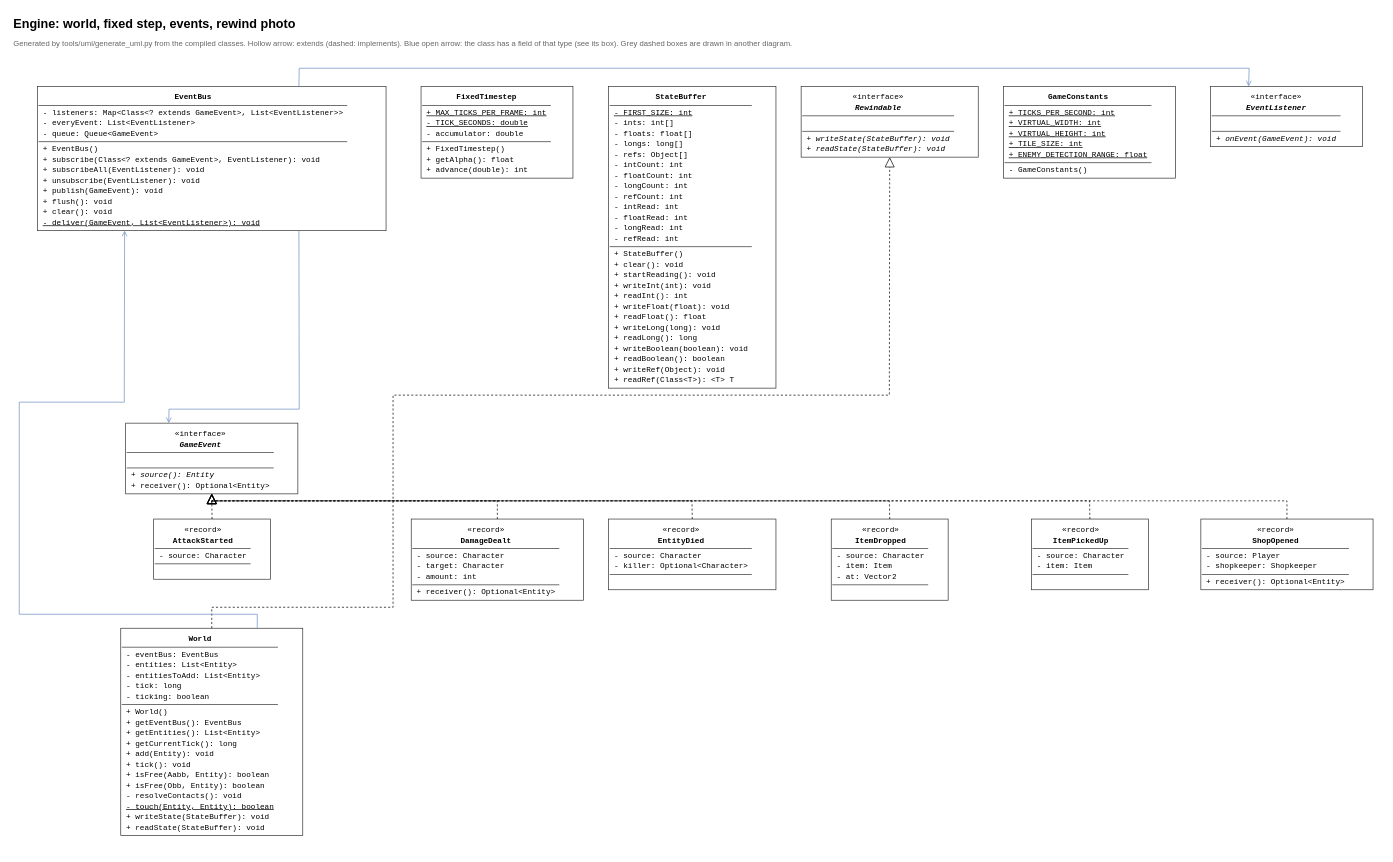
Above: docs/uml/01-engine.drawio in Honyoru/Depth-Diablo (draw.io), before the change. Source tidied: cells renumbered, new cells numbered last; positions are measured from the earlier drawing's top-left corner, leaving out a move shared by most shapes. Both pictures are drawn from the tidied source at 70%, with x=0, y=0 at pixel (12, 12).
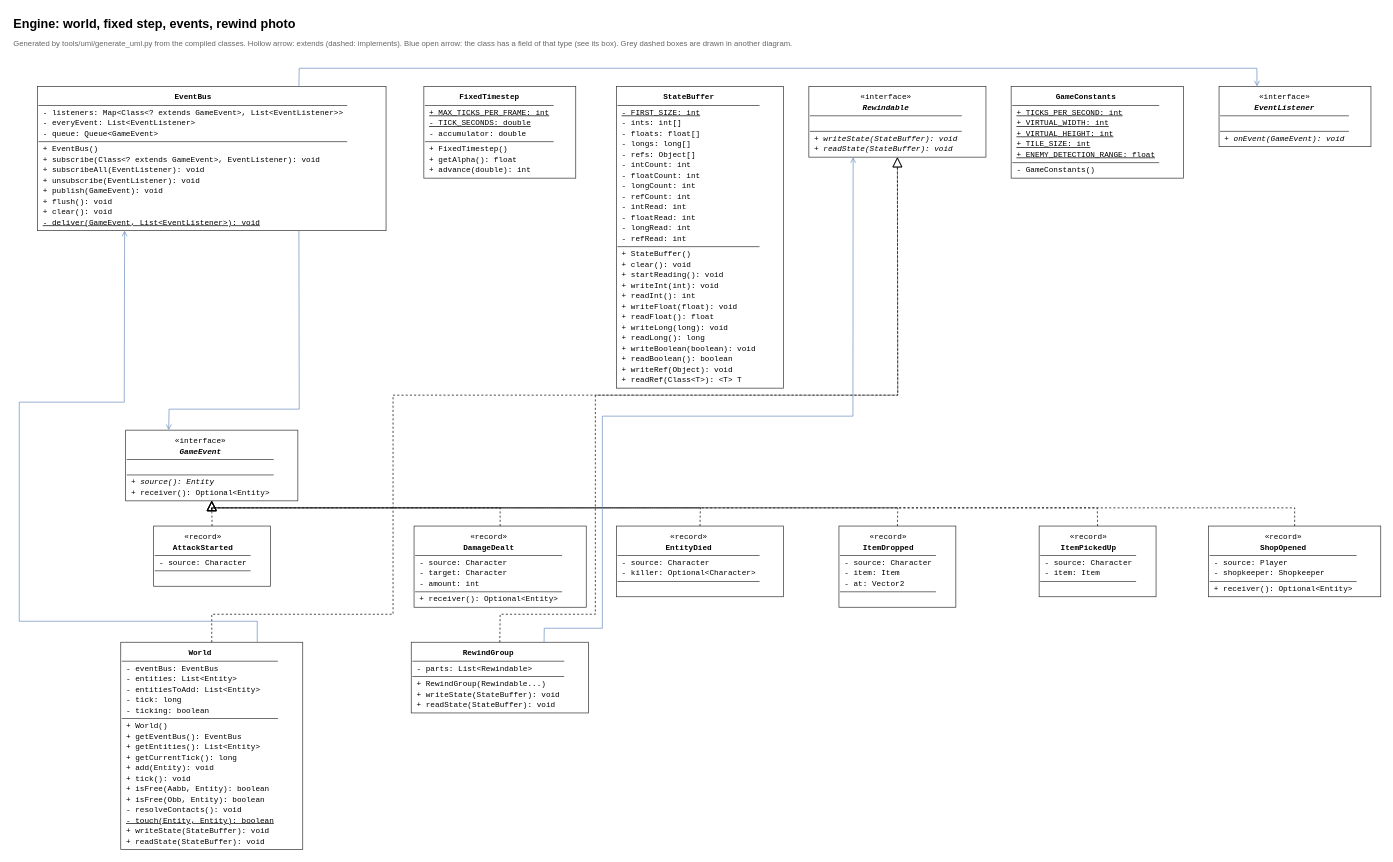
The same diagram, later.

The change refers to these unchanged cells:
```xml
<mxCell id="4" value="&lt;div style='line-height:15px'&gt;&lt;div style='text-align:center'&gt;&lt;b&gt;EventBus&lt;/b&gt;&lt;/div&gt;&lt;div style='border-top:1px solid #333333;margin:3px -6px'&gt;&lt;/div&gt;- listeners: Map&amp;lt;Class&amp;lt;? extends GameEvent&amp;gt;, List&amp;lt;EventListener&amp;gt;&amp;gt;&lt;br&gt;- everyEvent: List&amp;lt;EventListener&amp;gt;&lt;br&gt;- queue: Queue&amp;lt;GameEvent&amp;gt;&lt;div style='border-top:1px solid #333333;margin:3px -6px'&gt;&lt;/div&gt;+ EventBus()&lt;br&gt;+ subscribe(Class&amp;lt;? extends GameEvent&amp;gt;, EventListener): void&lt;br&gt;+ subscribeAll(EventListener): void&lt;br&gt;+ unsubscribe(EventListener): void&lt;br&gt;+ publish(GameEvent): void&lt;br&gt;+ flush(): void&lt;br&gt;+ clear(): void&lt;br&gt;&lt;u&gt;- deliver(GameEvent, List&amp;lt;EventListener&amp;gt;): void&lt;/u&gt;&lt;/div&gt;" style="rounded=0;whiteSpace=wrap;html=1;align=left;verticalAlign=top;spacingLeft=6;spacingTop=2;fontFamily=Courier New;fontSize=11;fillColor=#ffffff;strokeColor=#333333;" parent="1" vertex="1">
  <mxGeometry x="36" y="106" width="498" height="206" as="geometry" />
</mxCell>
```

Diff of the diagram source:
```diff
@@
     <mxCell id="5" value="&lt;div style='line-height:15px'&gt;&lt;div style='text-align:center'&gt;&lt;b&gt;FixedTimestep&lt;/b&gt;&lt;/div&gt;&lt;div style='border-top:1px solid #333333;margin:3px -6px'&gt;&lt;/div&gt;&lt;u&gt;+ MAX_TICKS_PER_FRAME: int&lt;/u&gt;&lt;br&gt;&lt;u&gt;- TICK_SECONDS: double&lt;/u&gt;&lt;br&gt;- accumulator: double&lt;div style='border-top:1px solid #333333;margin:3px -6px'&gt;&lt;/div&gt;+ FixedTimestep()&lt;br&gt;+ getAlpha(): float&lt;br&gt;+ advance(double): int&lt;/div&gt;" style="rounded=0;whiteSpace=wrap;html=1;align=left;verticalAlign=top;spacingLeft=6;spacingTop=2;fontFamily=Courier New;fontSize=11;fillColor=#ffffff;strokeColor=#333333;" parent="1" vertex="1">
-      <mxGeometry x="584" y="106" width="217" height="131" as="geometry" />
+      <mxGeometry x="588" y="106" width="217" height="131" as="geometry" />
     </mxCell>
     <mxCell id="6" value="&lt;div style='line-height:15px'&gt;&lt;div style='text-align:center'&gt;&lt;b&gt;StateBuffer&lt;/b&gt;&lt;/div&gt;&lt;div style='border-top:1px solid #333333;margin:3px -6px'&gt;&lt;/div&gt;&lt;u&gt;- FIRST_SIZE: int&lt;/u&gt;&lt;br&gt;- ints: int[]&lt;br&gt;- floats: float[]&lt;br&gt;- longs: long[]&lt;br&gt;- refs: Object[]&lt;br&gt;- intCount: int&lt;br&gt;- floatCount: int&lt;br&gt;- longCount: int&lt;br&gt;- refCount: int&lt;br&gt;- intRead: int&lt;br&gt;- floatRead: int&lt;br&gt;- longRead: int&lt;br&gt;- refRead: int&lt;div style='border-top:1px solid #333333;margin:3px -6px'&gt;&lt;/div&gt;+ StateBuffer()&lt;br&gt;+ clear(): void&lt;br&gt;+ startReading(): void&lt;br&gt;+ writeInt(int): void&lt;br&gt;+ readInt(): int&lt;br&gt;+ writeFloat(float): void&lt;br&gt;+ readFloat(): float&lt;br&gt;+ writeLong(long): void&lt;br&gt;+ readLong(): long&lt;br&gt;+ writeBoolean(boolean): void&lt;br&gt;+ readBoolean(): boolean&lt;br&gt;+ writeRef(Object): void&lt;br&gt;+ readRef(Class&amp;lt;T&amp;gt;): &amp;lt;T&amp;gt; T&lt;/div&gt;" style="rounded=0;whiteSpace=wrap;html=1;align=left;verticalAlign=top;spacingLeft=6;spacingTop=2;fontFamily=Courier New;fontSize=11;fillColor=#ffffff;strokeColor=#333333;" parent="1" vertex="1">
-      <mxGeometry x="852" y="106" width="239" height="431" as="geometry" />
+      <mxGeometry x="863" y="106" width="239" height="431" as="geometry" />
     </mxCell>
     <mxCell id="7" value="&lt;div style='line-height:15px'&gt;&lt;div style='text-align:center'&gt;«interface»&lt;br&gt;&lt;b&gt;&lt;i&gt;Rewindable&lt;/i&gt;&lt;/b&gt;&lt;/div&gt;&lt;div style='border-top:1px solid #333333;margin:3px -6px'&gt;&lt;/div&gt;&amp;nbsp;&lt;div style='border-top:1px solid #333333;margin:3px -6px'&gt;&lt;/div&gt;&lt;i&gt;+ writeState(StateBuffer): void&lt;/i&gt;&lt;br&gt;&lt;i&gt;+ readState(StateBuffer): void&lt;/i&gt;&lt;/div&gt;" style="rounded=0;whiteSpace=wrap;html=1;align=left;verticalAlign=top;spacingLeft=6;spacingTop=2;fontFamily=Courier New;fontSize=11;fillColor=#ffffff;strokeColor=#333333;" parent="1" vertex="1">
-      <mxGeometry x="1127" y="106" width="253" height="101" as="geometry" />
+      <mxGeometry x="1138" y="106" width="253" height="101" as="geometry" />
     </mxCell>
-    <mxCell id="8" value="&lt;div style='line-height:15px'&gt;&lt;div style='text-align:center'&gt;&lt;b&gt;GameConstants&lt;/b&gt;&lt;/div&gt;&lt;div style='border-top:1px solid #333333;margin:3px -6px'&gt;&lt;/div&gt;&lt;u&gt;+ TICKS_PER_SECOND: int&lt;/u&gt;&lt;br&gt;&lt;u&gt;+ VIRTUAL_WIDTH: int&lt;/u&gt;&lt;br&gt;&lt;u&gt;+ VIRTUAL_HEIGHT: int&lt;/u&gt;&lt;br&gt;&lt;u&gt;+ TILE_SIZE: int&lt;/u&gt;&lt;br&gt;&lt;u&gt;+ ENEMY_DETECTION_RANGE: float&lt;/u&gt;&lt;div style='border-top:1px solid #333333;margin:3px -6px'&gt;&lt;/div&gt;- GameConstants()&lt;/div&gt;" style="rounded=0;whiteSpace=wrap;html=1;align=left;verticalAlign=top;spacingLeft=6;spacingTop=2;fontFamily=Courier New;fontSize=11;fillColor=#ffffff;strokeColor=#333333;" parent="1" vertex="1">
-      <mxGeometry x="1416" y="106" width="246" height="131" as="geometry" />
-    </mxCell>
+    <mxCell id="28" value="&lt;div style='line-height:15px'&gt;&lt;div style='text-align:center'&gt;&lt;b&gt;GameConstants&lt;/b&gt;&lt;/div&gt;&lt;div style='border-top:1px solid #333333;margin:3px -6px'&gt;&lt;/div&gt;&lt;u&gt;+ TICKS_PER_SECOND: int&lt;/u&gt;&lt;br&gt;&lt;u&gt;+ VIRTUAL_WIDTH: int&lt;/u&gt;&lt;br&gt;&lt;u&gt;+ VIRTUAL_HEIGHT: int&lt;/u&gt;&lt;br&gt;&lt;u&gt;+ TILE_SIZE: int&lt;/u&gt;&lt;br&gt;&lt;u&gt;+ ENEMY_DETECTION_RANGE: float&lt;/u&gt;&lt;div style='border-top:1px solid #333333;margin:3px -6px'&gt;&lt;/div&gt;- GameConstants()&lt;/div&gt;" style="rounded=0;whiteSpace=wrap;html=1;align=left;verticalAlign=top;spacingLeft=6;spacingTop=2;fontFamily=Courier New;fontSize=11;fillColor=#ffffff;strokeColor=#333333;" parent="1" vertex="1">
+      <mxGeometry x="1427" y="106" width="246" height="131" as="geometry" />
+    </mxCell>
     <mxCell id="9" value="&lt;div style='line-height:15px'&gt;&lt;div style='text-align:center'&gt;«interface»&lt;br&gt;&lt;b&gt;&lt;i&gt;EventListener&lt;/i&gt;&lt;/b&gt;&lt;/div&gt;&lt;div style='border-top:1px solid #333333;margin:3px -6px'&gt;&lt;/div&gt;&amp;nbsp;&lt;div style='border-top:1px solid #333333;margin:3px -6px'&gt;&lt;/div&gt;&lt;i&gt;+ onEvent(GameEvent): void&lt;/i&gt;&lt;/div&gt;" style="rounded=0;whiteSpace=wrap;html=1;align=left;verticalAlign=top;spacingLeft=6;spacingTop=2;fontFamily=Courier New;fontSize=11;fillColor=#ffffff;strokeColor=#333333;" parent="1" vertex="1">
-      <mxGeometry x="1712" y="106" width="217" height="86" as="geometry" />
+      <mxGeometry x="1724" y="106" width="217" height="86" as="geometry" />
     </mxCell>
     <mxCell id="10" value="&lt;div style='line-height:15px'&gt;&lt;div style='text-align:center'&gt;«interface»&lt;br&gt;&lt;b&gt;&lt;i&gt;GameEvent&lt;/i&gt;&lt;/b&gt;&lt;/div&gt;&lt;div style='border-top:1px solid #333333;margin:3px -6px'&gt;&lt;/div&gt;&amp;nbsp;&lt;div style='border-top:1px solid #333333;margin:3px -6px'&gt;&lt;/div&gt;&lt;i&gt;+ source(): Entity&lt;/i&gt;&lt;br&gt;+ receiver(): Optional&amp;lt;Entity&amp;gt;&lt;/div&gt;" style="rounded=0;whiteSpace=wrap;html=1;align=left;verticalAlign=top;spacingLeft=6;spacingTop=2;fontFamily=Courier New;fontSize=11;fillColor=#ffffff;strokeColor=#333333;" parent="1" vertex="1">
-      <mxGeometry x="162" y="587" width="246" height="101" as="geometry" />
+      <mxGeometry x="162" y="597" width="246" height="101" as="geometry" />
     </mxCell>
     <mxCell id="11" value="&lt;div style='line-height:15px'&gt;&lt;div style='text-align:center'&gt;«record»&lt;br&gt;&lt;b&gt;AttackStarted&lt;/b&gt;&lt;/div&gt;&lt;div style='border-top:1px solid #333333;margin:3px -6px'&gt;&lt;/div&gt;- source: Character&lt;div style='border-top:1px solid #333333;margin:3px -6px'&gt;&lt;/div&gt;&amp;nbsp;&lt;/div&gt;" style="rounded=0;whiteSpace=wrap;html=1;align=left;verticalAlign=top;spacingLeft=6;spacingTop=2;fontFamily=Courier New;fontSize=11;fillColor=#ffffff;strokeColor=#333333;" parent="1" vertex="1">
-      <mxGeometry x="202" y="724" width="167" height="86" as="geometry" />
+      <mxGeometry x="202" y="734" width="167" height="86" as="geometry" />
     </mxCell>
     <mxCell id="12" value="&lt;div style='line-height:15px'&gt;&lt;div style='text-align:center'&gt;«record»&lt;br&gt;&lt;b&gt;DamageDealt&lt;/b&gt;&lt;/div&gt;&lt;div style='border-top:1px solid #333333;margin:3px -6px'&gt;&lt;/div&gt;- source: Character&lt;br&gt;- target: Character&lt;br&gt;- amount: int&lt;div style='border-top:1px solid #333333;margin:3px -6px'&gt;&lt;/div&gt;+ receiver(): Optional&amp;lt;Entity&amp;gt;&lt;/div&gt;" style="rounded=0;whiteSpace=wrap;html=1;align=left;verticalAlign=top;spacingLeft=6;spacingTop=2;fontFamily=Courier New;fontSize=11;fillColor=#ffffff;strokeColor=#333333;" parent="1" vertex="1">
-      <mxGeometry x="570" y="724" width="246" height="116" as="geometry" />
+      <mxGeometry x="574" y="734" width="246" height="116" as="geometry" />
     </mxCell>
     <mxCell id="13" value="&lt;div style='line-height:15px'&gt;&lt;div style='text-align:center'&gt;«record»&lt;br&gt;&lt;b&gt;EntityDied&lt;/b&gt;&lt;/div&gt;&lt;div style='border-top:1px solid #333333;margin:3px -6px'&gt;&lt;/div&gt;- source: Character&lt;br&gt;- killer: Optional&amp;lt;Character&amp;gt;&lt;div style='border-top:1px solid #333333;margin:3px -6px'&gt;&lt;/div&gt;&amp;nbsp;&lt;/div&gt;" style="rounded=0;whiteSpace=wrap;html=1;align=left;verticalAlign=top;spacingLeft=6;spacingTop=2;fontFamily=Courier New;fontSize=11;fillColor=#ffffff;strokeColor=#333333;" parent="1" vertex="1">
-      <mxGeometry x="852" y="724" width="239" height="101" as="geometry" />
+      <mxGeometry x="863" y="734" width="239" height="101" as="geometry" />
     </mxCell>
     <mxCell id="14" value="&lt;div style='line-height:15px'&gt;&lt;div style='text-align:center'&gt;«record»&lt;br&gt;&lt;b&gt;ItemDropped&lt;/b&gt;&lt;/div&gt;&lt;div style='border-top:1px solid #333333;margin:3px -6px'&gt;&lt;/div&gt;- source: Character&lt;br&gt;- item: Item&lt;br&gt;- at: Vector2&lt;div style='border-top:1px solid #333333;margin:3px -6px'&gt;&lt;/div&gt;&amp;nbsp;&lt;/div&gt;" style="rounded=0;whiteSpace=wrap;html=1;align=left;verticalAlign=top;spacingLeft=6;spacingTop=2;fontFamily=Courier New;fontSize=11;fillColor=#ffffff;strokeColor=#333333;" parent="1" vertex="1">
-      <mxGeometry x="1170" y="724" width="167" height="116" as="geometry" />
+      <mxGeometry x="1181" y="734" width="167" height="116" as="geometry" />
     </mxCell>
     <mxCell id="15" value="&lt;div style='line-height:15px'&gt;&lt;div style='text-align:center'&gt;«record»&lt;br&gt;&lt;b&gt;ItemPickedUp&lt;/b&gt;&lt;/div&gt;&lt;div style='border-top:1px solid #333333;margin:3px -6px'&gt;&lt;/div&gt;- source: Character&lt;br&gt;- item: Item&lt;div style='border-top:1px solid #333333;margin:3px -6px'&gt;&lt;/div&gt;&amp;nbsp;&lt;/div&gt;" style="rounded=0;whiteSpace=wrap;html=1;align=left;verticalAlign=top;spacingLeft=6;spacingTop=2;fontFamily=Courier New;fontSize=11;fillColor=#ffffff;strokeColor=#333333;" parent="1" vertex="1">
-      <mxGeometry x="1456" y="724" width="167" height="101" as="geometry" />
+      <mxGeometry x="1467" y="734" width="167" height="101" as="geometry" />
     </mxCell>
     <mxCell id="16" value="&lt;div style='line-height:15px'&gt;&lt;div style='text-align:center'&gt;«record»&lt;br&gt;&lt;b&gt;ShopOpened&lt;/b&gt;&lt;/div&gt;&lt;div style='border-top:1px solid #333333;margin:3px -6px'&gt;&lt;/div&gt;- source: Player&lt;br&gt;- shopkeeper: Shopkeeper&lt;div style='border-top:1px solid #333333;margin:3px -6px'&gt;&lt;/div&gt;+ receiver(): Optional&amp;lt;Entity&amp;gt;&lt;/div&gt;" style="rounded=0;whiteSpace=wrap;html=1;align=left;verticalAlign=top;spacingLeft=6;spacingTop=2;fontFamily=Courier New;fontSize=11;fillColor=#ffffff;strokeColor=#333333;" parent="1" vertex="1">
-      <mxGeometry x="1698" y="724" width="246" height="101" as="geometry" />
+      <mxGeometry x="1709" y="734" width="246" height="101" as="geometry" />
     </mxCell>
     <mxCell id="17" value="&lt;div style='line-height:15px'&gt;&lt;div style='text-align:center'&gt;&lt;b&gt;World&lt;/b&gt;&lt;/div&gt;&lt;div style='border-top:1px solid #333333;margin:3px -6px'&gt;&lt;/div&gt;- eventBus: EventBus&lt;br&gt;- entities: List&amp;lt;Entity&amp;gt;&lt;br&gt;- entitiesToAdd: List&amp;lt;Entity&amp;gt;&lt;br&gt;- tick: long&lt;br&gt;- ticking: boolean&lt;div style='border-top:1px solid #333333;margin:3px -6px'&gt;&lt;/div&gt;+ World()&lt;br&gt;+ getEventBus(): EventBus&lt;br&gt;+ getEntities(): List&amp;lt;Entity&amp;gt;&lt;br&gt;+ getCurrentTick(): long&lt;br&gt;+ add(Entity): void&lt;br&gt;+ tick(): void&lt;br&gt;+ isFree(Aabb, Entity): boolean&lt;br&gt;+ isFree(Obb, Entity): boolean&lt;br&gt;- resolveContacts(): void&lt;br&gt;&lt;u&gt;- touch(Entity, Entity): boolean&lt;/u&gt;&lt;br&gt;+ writeState(StateBuffer): void&lt;br&gt;+ readState(StateBuffer): void&lt;/div&gt;" style="rounded=0;whiteSpace=wrap;html=1;align=left;verticalAlign=top;spacingLeft=6;spacingTop=2;fontFamily=Courier New;fontSize=11;fillColor=#ffffff;strokeColor=#333333;" parent="1" vertex="1">
-      <mxGeometry x="155" y="880" width="260" height="296" as="geometry" />
+      <mxGeometry x="155" y="900" width="260" height="296" as="geometry" />
     </mxCell>
+    <mxCell id="8" value="&lt;div style='line-height:15px'&gt;&lt;div style='text-align:center'&gt;&lt;b&gt;RewindGroup&lt;/b&gt;&lt;/div&gt;&lt;div style='border-top:1px solid #333333;margin:3px -6px'&gt;&lt;/div&gt;- parts: List&amp;lt;Rewindable&amp;gt;&lt;div style='border-top:1px solid #333333;margin:3px -6px'&gt;&lt;/div&gt;+ RewindGroup(Rewindable...)&lt;br&gt;+ writeState(StateBuffer): void&lt;br&gt;+ readState(StateBuffer): void&lt;/div&gt;" style="rounded=0;whiteSpace=wrap;html=1;align=left;verticalAlign=top;spacingLeft=6;spacingTop=2;fontFamily=Courier New;fontSize=11;fillColor=#ffffff;strokeColor=#333333;" parent="1" vertex="1">
+      <mxGeometry x="570" y="900" width="253" height="101" as="geometry" />
+    </mxCell>
     <mxCell id="18" style="endArrow=block;endFill=0;endSize=12;dashed=1;html=1;rounded=0;edgeStyle=none;exitX=0.5;exitY=0;exitDx=0;exitDy=0;exitPerimeter=0;entryX=0.5;entryY=1;entryDx=0;entryDy=0;entryPerimeter=0;" parent="1" edge="1" source="17" target="7">
       <mxGeometry relative="1" as="geometry">
         <Array as="points">
-          <mxPoint x="285" y="850" />
-          <mxPoint x="544" y="850" />
+          <mxPoint x="285" y="860" />
+          <mxPoint x="544" y="860" />
           <mxPoint x="544" y="547" />
-          <mxPoint x="1253" y="547" />
+          <mxPoint x="1265" y="547" />
         </Array>
       </mxGeometry>
     </mxCell>
     <mxCell id="19" style="endArrow=block;endFill=0;endSize=12;dashed=1;html=1;rounded=0;edgeStyle=none;exitX=0.5;exitY=0;exitDx=0;exitDy=0;exitPerimeter=0;entryX=0.5;entryY=1;entryDx=0;entryDy=0;entryPerimeter=0;" parent="1" edge="1" source="11" target="10">
       <mxGeometry relative="1" as="geometry">
         <Array as="points">
-          <mxPoint x="285" y="698" />
-          <mxPoint x="285" y="698" />
+          <mxPoint x="285" y="708" />
+          <mxPoint x="285" y="708" />
         </Array>
       </mxGeometry>
     </mxCell>
     <mxCell id="20" style="endArrow=block;endFill=0;endSize=12;dashed=1;html=1;rounded=0;edgeStyle=none;exitX=0.5;exitY=0;exitDx=0;exitDy=0;exitPerimeter=0;entryX=0.5;entryY=1;entryDx=0;entryDy=0;entryPerimeter=0;" parent="1" edge="1" source="12" target="10">
       <mxGeometry relative="1" as="geometry">
         <Array as="points">
-          <mxPoint x="693" y="698" />
-          <mxPoint x="285" y="698" />
+          <mxPoint x="697" y="708" />
+          <mxPoint x="285" y="708" />
         </Array>
       </mxGeometry>
     </mxCell>
     <mxCell id="21" style="endArrow=block;endFill=0;endSize=12;dashed=1;html=1;rounded=0;edgeStyle=none;exitX=0.5;exitY=0;exitDx=0;exitDy=0;exitPerimeter=0;entryX=0.5;entryY=1;entryDx=0;entryDy=0;entryPerimeter=0;" parent="1" edge="1" source="13" target="10">
       <mxGeometry relative="1" as="geometry">
         <Array as="points">
-          <mxPoint x="971" y="698" />
-          <mxPoint x="285" y="698" />
+          <mxPoint x="983" y="708" />
+          <mxPoint x="285" y="708" />
         </Array>
       </mxGeometry>
     </mxCell>
     <mxCell id="22" style="endArrow=block;endFill=0;endSize=12;dashed=1;html=1;rounded=0;edgeStyle=none;exitX=0.5;exitY=0;exitDx=0;exitDy=0;exitPerimeter=0;entryX=0.5;entryY=1;entryDx=0;entryDy=0;entryPerimeter=0;" parent="1" edge="1" source="14" target="10">
       <mxGeometry relative="1" as="geometry">
         <Array as="points">
-          <mxPoint x="1253" y="698" />
-          <mxPoint x="285" y="698" />
+          <mxPoint x="1265" y="708" />
+          <mxPoint x="285" y="708" />
         </Array>
       </mxGeometry>
     </mxCell>
     <mxCell id="23" style="endArrow=block;endFill=0;endSize=12;dashed=1;html=1;rounded=0;edgeStyle=none;exitX=0.5;exitY=0;exitDx=0;exitDy=0;exitPerimeter=0;entryX=0.5;entryY=1;entryDx=0;entryDy=0;entryPerimeter=0;" parent="1" edge="1" source="15" target="10">
       <mxGeometry relative="1" as="geometry">
         <Array as="points">
-          <mxPoint x="1539" y="698" />
-          <mxPoint x="285" y="698" />
+          <mxPoint x="1550" y="708" />
+          <mxPoint x="285" y="708" />
         </Array>
       </mxGeometry>
     </mxCell>
     <mxCell id="24" style="endArrow=block;endFill=0;endSize=12;dashed=1;html=1;rounded=0;edgeStyle=none;exitX=0.5;exitY=0;exitDx=0;exitDy=0;exitPerimeter=0;entryX=0.5;entryY=1;entryDx=0;entryDy=0;entryPerimeter=0;" parent="1" edge="1" source="16" target="10">
       <mxGeometry relative="1" as="geometry">
         <Array as="points">
-          <mxPoint x="1821" y="698" />
-          <mxPoint x="285" y="698" />
+          <mxPoint x="1832" y="708" />
+          <mxPoint x="285" y="708" />
         </Array>
       </mxGeometry>
     </mxCell>
-    <mxCell id="25" style="endArrow=open;endFill=0;strokeColor=#6c8ebf;html=1;rounded=0;edgeStyle=none;exitX=0.75;exitY=0;exitDx=0;exitDy=0;exitPerimeter=0;entryX=0.25;entryY=1;entryDx=0;entryDy=0;entryPerimeter=0;" parent="1" edge="1" source="17" target="4">
+    <mxCell id="25" style="endArrow=block;endFill=0;endSize=12;dashed=1;html=1;rounded=0;edgeStyle=none;exitX=0.5;exitY=0;exitDx=0;exitDy=0;exitPerimeter=0;entryX=0.5;entryY=1;entryDx=0;entryDy=0;entryPerimeter=0;" parent="1" edge="1" source="8" target="7">
       <mxGeometry relative="1" as="geometry">
         <Array as="points">
-          <mxPoint x="350" y="860" />
-          <mxPoint x="10" y="860" />
-          <mxPoint x="10" y="557" />
-          <mxPoint x="160" y="557" />
+          <mxPoint x="697" y="860" />
+          <mxPoint x="833" y="860" />
+          <mxPoint x="833" y="547" />
+          <mxPoint x="1265" y="547" />
         </Array>
       </mxGeometry>
     </mxCell>
-    <mxCell id="26" style="endArrow=open;endFill=0;strokeColor=#6c8ebf;html=1;rounded=0;edgeStyle=none;exitX=0.75;exitY=0;exitDx=0;exitDy=0;exitPerimeter=0;entryX=0.25;entryY=0;entryDx=0;entryDy=0;entryPerimeter=0;" parent="1" edge="1" source="4" target="9">
+    <mxCell id="26" style="endArrow=open;endFill=0;strokeColor=#6c8ebf;html=1;rounded=0;edgeStyle=none;exitX=0.75;exitY=0;exitDx=0;exitDy=0;exitPerimeter=0;entryX=0.25;entryY=1;entryDx=0;entryDy=0;entryPerimeter=0;" parent="1" edge="1" source="17" target="4">
       <mxGeometry relative="1" as="geometry">
         <Array as="points">
-          <mxPoint x="410" y="80" />
-          <mxPoint x="1767" y="80" />
+          <mxPoint x="350" y="870" />
+          <mxPoint x="10" y="870" />
+          <mxPoint x="10" y="557" />
+          <mxPoint x="160" y="557" />
         </Array>
       </mxGeometry>
     </mxCell>
-    <mxCell id="27" style="endArrow=open;endFill=0;strokeColor=#6c8ebf;html=1;rounded=0;edgeStyle=none;exitX=0.75;exitY=1;exitDx=0;exitDy=0;exitPerimeter=0;entryX=0.25;entryY=0;entryDx=0;entryDy=0;entryPerimeter=0;" parent="1" edge="1" source="4" target="10">
+    <mxCell id="27" style="endArrow=open;endFill=0;strokeColor=#6c8ebf;html=1;rounded=0;edgeStyle=none;exitX=0.75;exitY=0;exitDx=0;exitDy=0;exitPerimeter=0;entryX=0.25;entryY=0;entryDx=0;entryDy=0;entryPerimeter=0;" parent="1" edge="1" source="4" target="9">
       <mxGeometry relative="1" as="geometry">
         <Array as="points">
-          <mxPoint x="410" y="567" />
-          <mxPoint x="224" y="567" />
+          <mxPoint x="410" y="80" />
+          <mxPoint x="1778" y="80" />
         </Array>
       </mxGeometry>
     </mxCell>
+    <mxCell id="29" style="endArrow=open;endFill=0;strokeColor=#6c8ebf;html=1;rounded=0;edgeStyle=none;exitX=0.75;exitY=1;exitDx=0;exitDy=0;exitPerimeter=0;entryX=0.25;entryY=0;entryDx=0;entryDy=0;entryPerimeter=0;" parent="1" edge="1" source="4" target="10">
+      <mxGeometry relative="1" as="geometry">
+        <Array as="points">
+          <mxPoint x="410" y="567" />
+          <mxPoint x="224" y="567" />
+        </Array>
+      </mxGeometry>
+    </mxCell>
+    <mxCell id="30" style="endArrow=open;endFill=0;strokeColor=#6c8ebf;html=1;rounded=0;edgeStyle=none;exitX=0.75;exitY=0;exitDx=0;exitDy=0;exitPerimeter=0;entryX=0.25;entryY=1;entryDx=0;entryDy=0;entryPerimeter=0;" parent="1" edge="1" source="8" target="7">
+      <mxGeometry relative="1" as="geometry">
+        <Array as="points">
+          <mxPoint x="760" y="880" />
+          <mxPoint x="843" y="880" />
+          <mxPoint x="843" y="577" />
+          <mxPoint x="1201" y="577" />
+        </Array>
+      </mxGeometry>
+    </mxCell>
```
